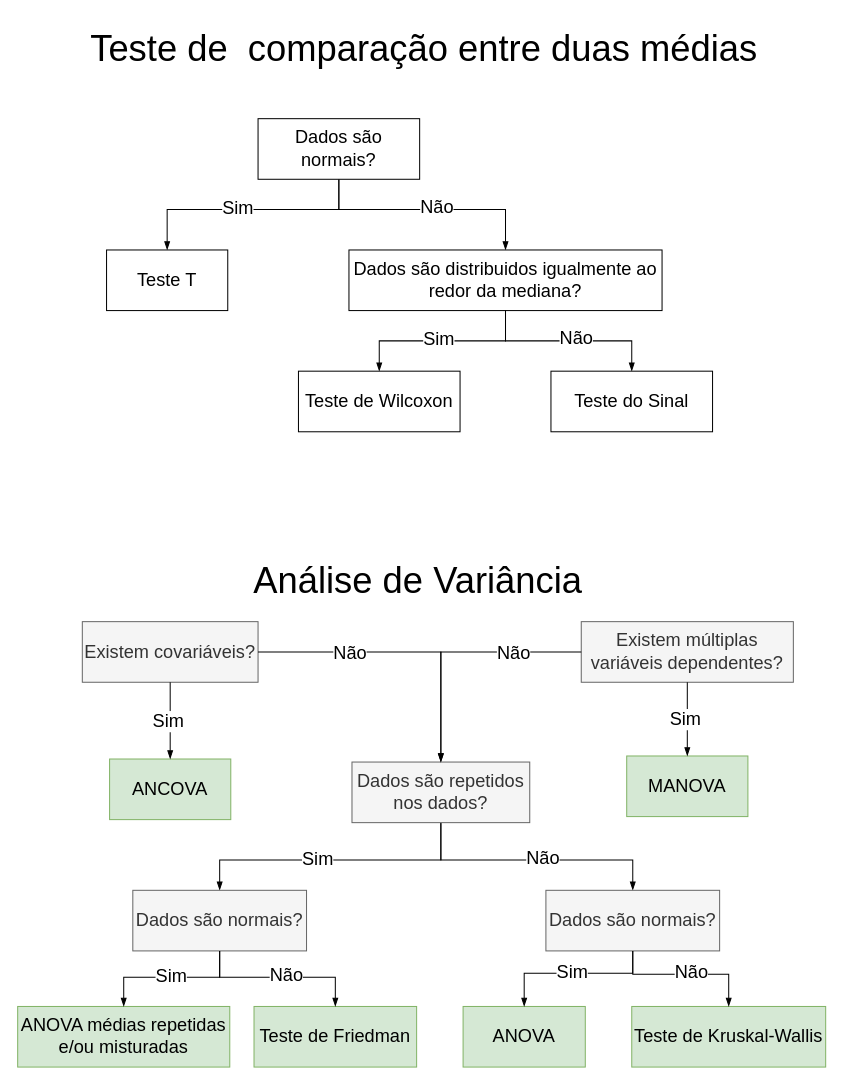
EnEnChao/ShinyDataVisualization keeps this draw.io diagram as DiagramaParaTutrial.drawio. Above is the earlier version. Source tidied: cells renumbered, new cells numbered last; positions are measured from the earlier drawing's top-left corner, leaving out a move shared by most shapes. Both pictures are drawn from the tidied source at 101%, with x=0, y=0 at pixel (17, 17).
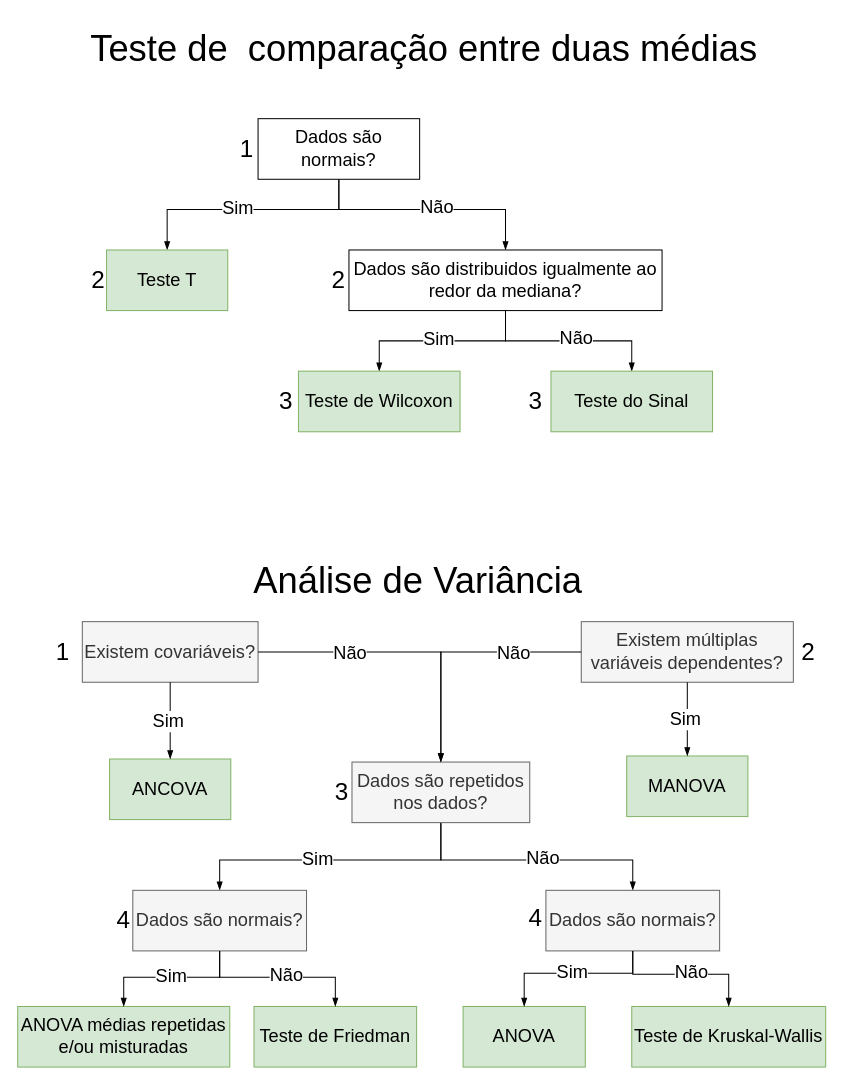
The same page after the edit.

Change to the diagram source:
```diff
@@
-    <mxCell id="8" value="Teste T" style="rounded=0;whiteSpace=wrap;html=1;fontSize=18;" parent="1" vertex="1">
+    <mxCell id="8" value="Teste T" style="rounded=0;whiteSpace=wrap;html=1;fontSize=18;fillColor=#d5e8d4;strokeColor=#82b366;" parent="1" vertex="1">
       <mxGeometry x="88" y="230" width="120" height="60" as="geometry" />
     </mxCell>
@@
-    <mxCell id="14" value="Teste de Wilcoxon" style="rounded=0;whiteSpace=wrap;html=1;fontSize=18;" parent="1" vertex="1">
+    <mxCell id="14" value="Teste de Wilcoxon" style="rounded=0;whiteSpace=wrap;html=1;fontSize=18;fillColor=#d5e8d4;strokeColor=#82b366;" parent="1" vertex="1">
       <mxGeometry x="278" y="350" width="160" height="60" as="geometry" />
     </mxCell>
-    <mxCell id="15" value="Teste do Sinal" style="rounded=0;whiteSpace=wrap;html=1;fontSize=18;" parent="1" vertex="1">
+    <mxCell id="15" value="Teste do Sinal" style="rounded=0;whiteSpace=wrap;html=1;fontSize=18;fillColor=#d5e8d4;strokeColor=#82b366;" parent="1" vertex="1">
       <mxGeometry x="528" y="350" width="160" height="60" as="geometry" />
     </mxCell>
@@
+    <mxCell id="48" value="&lt;font style=&quot;font-size: 24px;&quot;&gt;1&lt;/font&gt;" style="text;html=1;strokeColor=none;fillColor=none;align=center;verticalAlign=middle;whiteSpace=wrap;rounded=0;" parent="1" vertex="1">
+      <mxGeometry x="197" y="115" width="60" height="30" as="geometry" />
+    </mxCell>
+    <mxCell id="49" value="&lt;font style=&quot;font-size: 24px;&quot;&gt;2&lt;/font&gt;" style="text;html=1;strokeColor=none;fillColor=none;align=center;verticalAlign=middle;whiteSpace=wrap;rounded=0;" parent="1" vertex="1">
+      <mxGeometry x="50" y="245" width="60" height="30" as="geometry" />
+    </mxCell>
+    <mxCell id="50" value="&lt;font style=&quot;font-size: 24px;&quot;&gt;2&lt;/font&gt;" style="text;html=1;strokeColor=none;fillColor=none;align=center;verticalAlign=middle;whiteSpace=wrap;rounded=0;" parent="1" vertex="1">
+      <mxGeometry x="288" y="245" width="60" height="30" as="geometry" />
+    </mxCell>
+    <mxCell id="51" value="&lt;font style=&quot;font-size: 24px;&quot;&gt;3&lt;/font&gt;" style="text;html=1;strokeColor=none;fillColor=none;align=center;verticalAlign=middle;whiteSpace=wrap;rounded=0;" parent="1" vertex="1">
+      <mxGeometry x="236" y="365" width="60" height="30" as="geometry" />
+    </mxCell>
+    <mxCell id="52" value="&lt;font style=&quot;font-size: 24px;&quot;&gt;3&lt;/font&gt;" style="text;html=1;strokeColor=none;fillColor=none;align=center;verticalAlign=middle;whiteSpace=wrap;rounded=0;" parent="1" vertex="1">
+      <mxGeometry x="483" y="365" width="60" height="30" as="geometry" />
+    </mxCell>
+    <mxCell id="53" value="&lt;font style=&quot;font-size: 24px;&quot;&gt;1&lt;/font&gt;" style="text;html=1;strokeColor=none;fillColor=none;align=center;verticalAlign=middle;whiteSpace=wrap;rounded=0;" parent="1" vertex="1">
+      <mxGeometry x="15" y="613" width="60" height="30" as="geometry" />
+    </mxCell>
+    <mxCell id="54" value="&lt;font style=&quot;font-size: 24px;&quot;&gt;2&lt;/font&gt;" style="text;html=1;strokeColor=none;fillColor=none;align=center;verticalAlign=middle;whiteSpace=wrap;rounded=0;" parent="1" vertex="1">
+      <mxGeometry x="753" y="613" width="60" height="30" as="geometry" />
+    </mxCell>
+    <mxCell id="55" value="&lt;font style=&quot;font-size: 24px;&quot;&gt;4&lt;/font&gt;" style="text;html=1;strokeColor=none;fillColor=none;align=center;verticalAlign=middle;whiteSpace=wrap;rounded=0;" parent="1" vertex="1">
+      <mxGeometry x="483" y="877" width="60" height="30" as="geometry" />
+    </mxCell>
+    <mxCell id="56" value="&lt;font style=&quot;font-size: 24px;&quot;&gt;3&lt;/font&gt;" style="text;html=1;strokeColor=none;fillColor=none;align=center;verticalAlign=middle;whiteSpace=wrap;rounded=0;" parent="1" vertex="1">
+      <mxGeometry x="291" y="752" width="60" height="30" as="geometry" />
+    </mxCell>
+    <mxCell id="57" value="&lt;font style=&quot;font-size: 24px;&quot;&gt;4&lt;/font&gt;" style="text;html=1;strokeColor=none;fillColor=none;align=center;verticalAlign=middle;whiteSpace=wrap;rounded=0;" parent="1" vertex="1">
+      <mxGeometry x="75" y="879" width="60" height="30" as="geometry" />
+    </mxCell>
```
